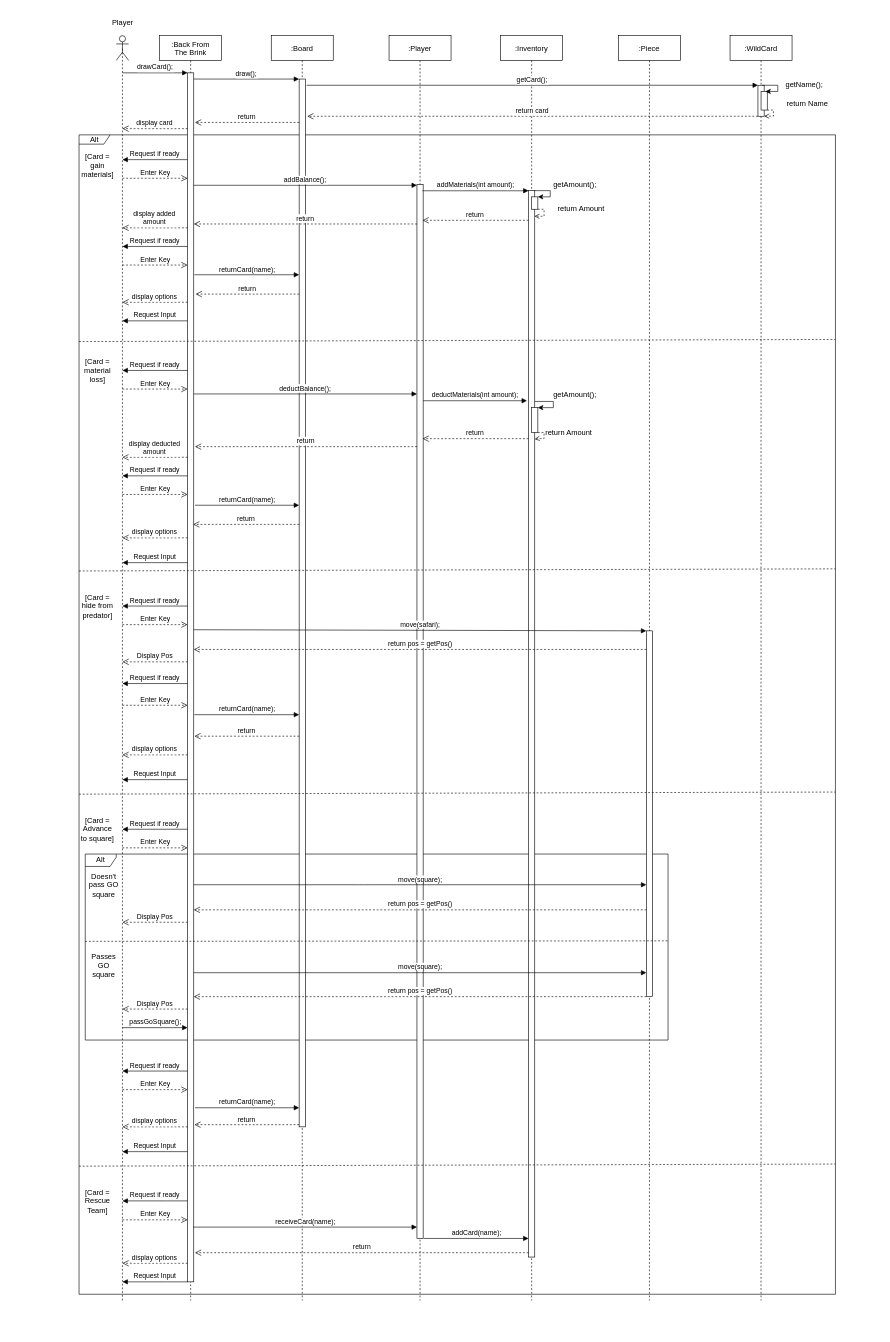
cmcgarry5/csc2058-2021-g25 keeps this draw.io diagram as Documentation/Sequence Diagrams/Draw WildCard SD (draft).drawio. Above is the earlier version. Source tidied: cells renumbered, new cells numbered last; positions are measured from the earlier drawing's top-left corner, leaving out a move shared by most shapes. Both pictures are drawn from the tidied source at 62%, with x=0, y=0 at pixel (79, 17).
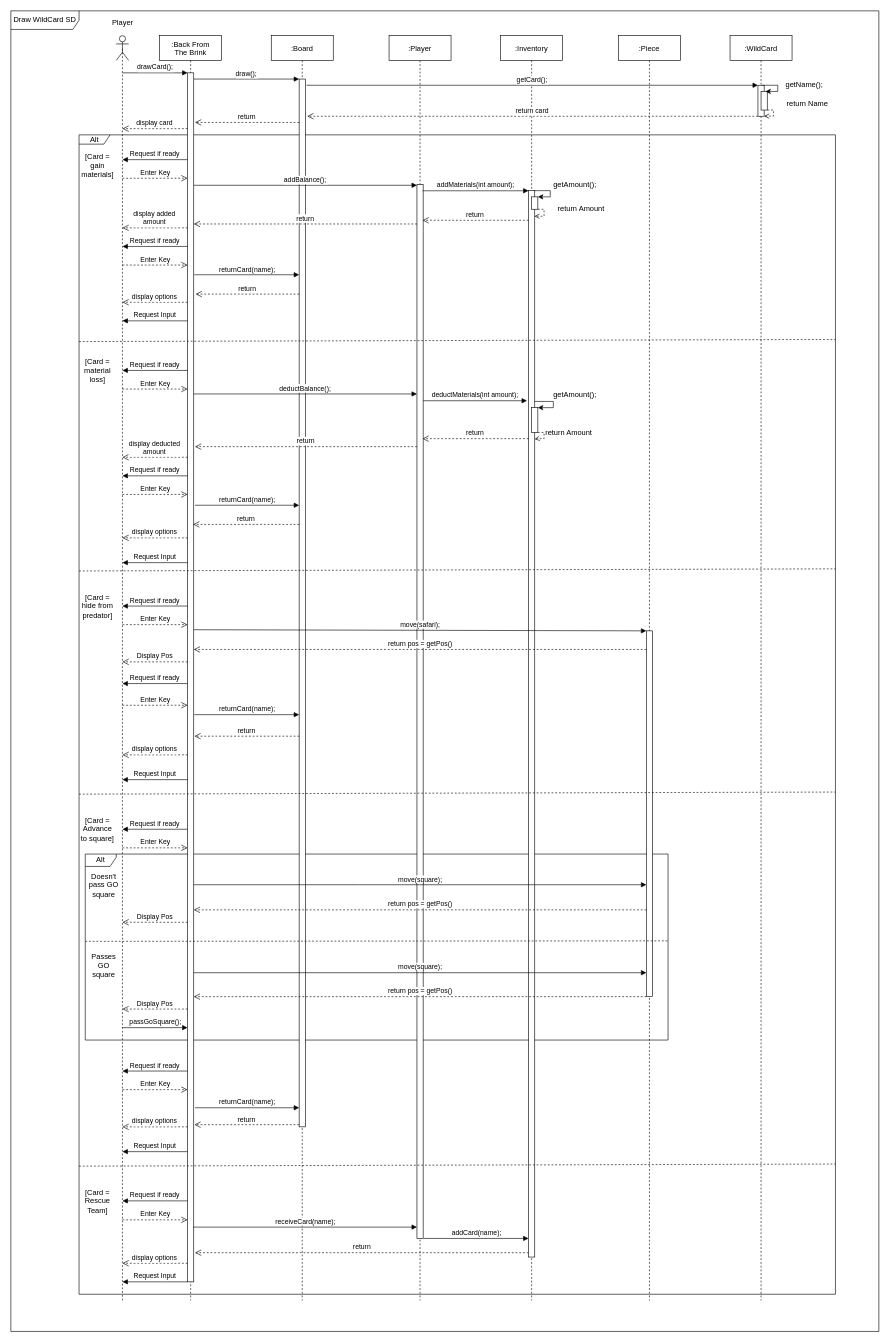
The same diagram, later.

Diff of the diagram source:
```diff
@@
+    <mxCell id="111" value="Draw WildCard SD" style="shape=umlFrame;whiteSpace=wrap;html=1;width=110;height=30;" parent="1" vertex="1">
+      <mxGeometry x="-110" y="-10" width="1400" height="2130" as="geometry" />
+    </mxCell>
```
